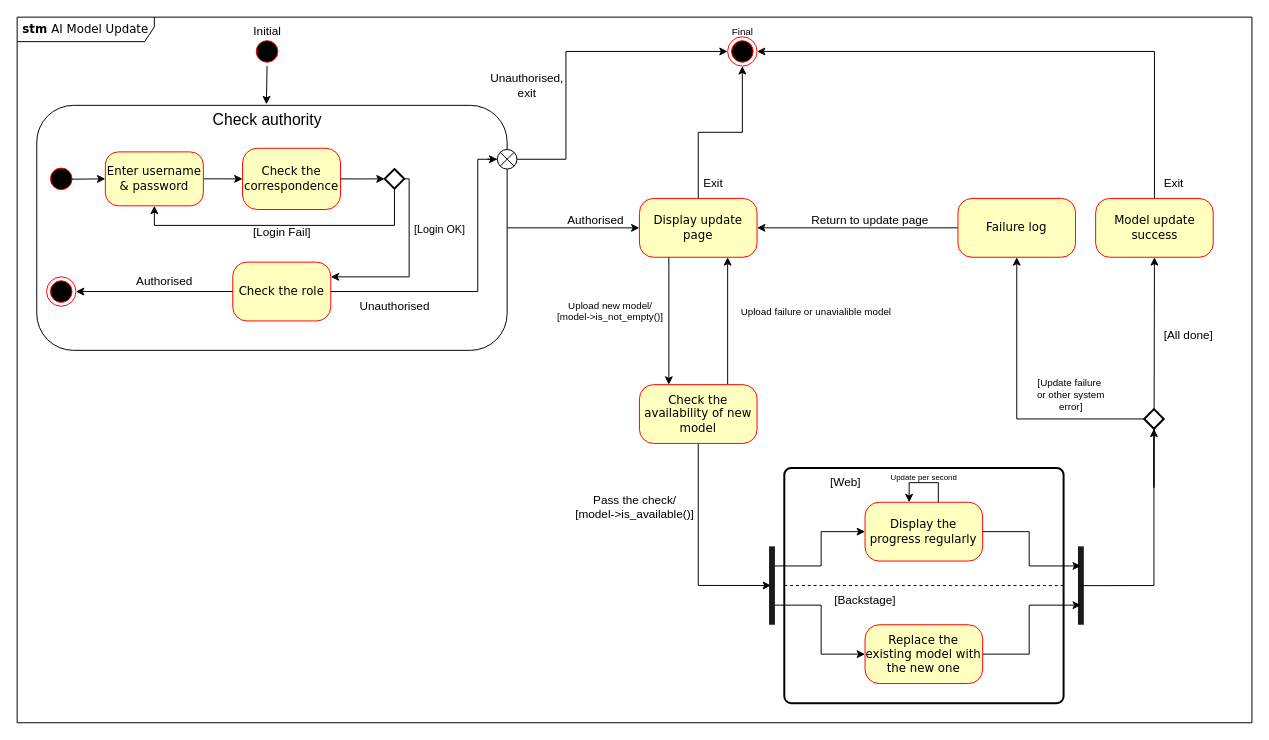
Earlier version of the draw.io diagram Documentation/State Machine Diagram/AIModelUpdate SMD.drawio (Darrenchenn/Model-based-software-design). Source tidied: cells renumbered, new cells numbered last; positions are measured from the earlier drawing's top-left corner, leaving out a move shared by most shapes. Both pictures are drawn from the tidied source at 98%, with x=0, y=0 at pixel (17, 17).
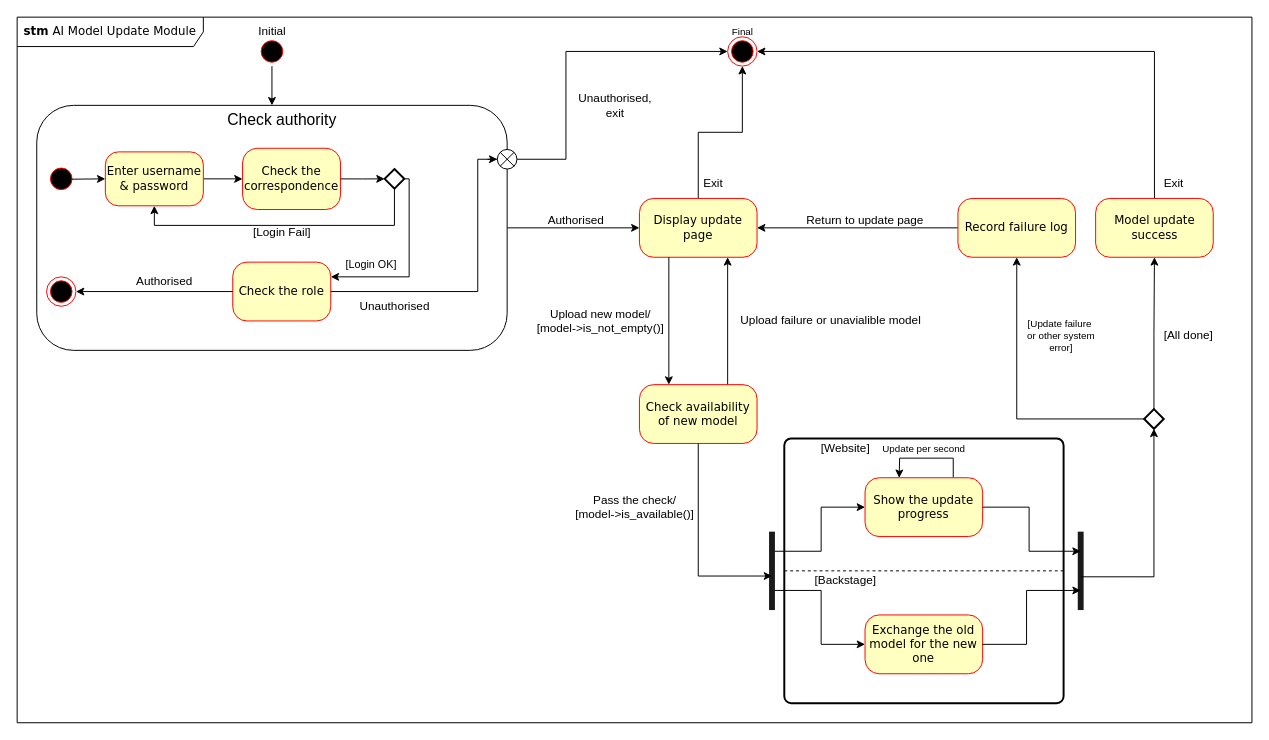
The same page after the edit.

The change refers to these unchanged cells:
```xml
<mxCell id="8" value="Model update success" style="rounded=1;whiteSpace=wrap;html=1;arcSize=24;fillColor=#ffffc0;strokeColor=#ff0000;shadow=0;comic=0;labelBackgroundColor=none;fontFamily=Verdana;fontSize=12;fontColor=#000000;align=center;" parent="1" vertex="1">
  <mxGeometry x="1100.5" y="185" width="120" height="60" as="geometry" />
</mxCell>
<mxCell id="28" style="rounded=1;whiteSpace=wrap;html=1;" parent="1" vertex="1">
  <mxGeometry x="20" y="90" width="480" height="250" as="geometry" />
</mxCell>
<mxCell id="40" style="edgeStyle=orthogonalEdgeStyle;rounded=0;jettySize=auto;html=1;exitX=1;exitY=0.5;exitDx=0;exitDy=0;exitPerimeter=0;entryX=1;entryY=0.25;entryDx=0;entryDy=0;" parent="1" edge="1" source="43" target="35">
  <mxGeometry relative="1" as="geometry">
    <Array as="points">
      <mxPoint x="400" y="165" />
      <mxPoint x="400" y="265" />
    </Array>
  </mxGeometry>
</mxCell>
<mxCell id="63" style="strokeWidth=2;html=1;shape=mxgraph.flowchart.decision;whiteSpace=wrap;" parent="1" vertex="1">
  <mxGeometry x="1150" y="400" width="20" height="20" as="geometry" />
</mxCell>
```

Change to the diagram source:
```diff
@@
-    <mxCell id="2" value="&lt;b&gt;stm &lt;/b&gt;AI Model Update" style="shape=umlFrame;whiteSpace=wrap;html=1;rounded=1;shadow=0;comic=0;labelBackgroundColor=none;strokeWidth=1;fontFamily=Verdana;fontSize=12;align=center;width=140;height=25;" parent="1" vertex="1">
+    <mxCell id="2" value="&lt;b&gt;stm &lt;/b&gt;AI Model Update Module" style="shape=umlFrame;whiteSpace=wrap;html=1;rounded=1;shadow=0;comic=0;labelBackgroundColor=none;strokeWidth=1;fontFamily=Verdana;fontSize=12;align=center;width=190;height=30;" parent="1" vertex="1">
       <mxGeometry width="1260" height="720" as="geometry" />
     </mxCell>
     <mxCell id="3" style="rounded=1;whiteSpace=wrap;html=1;absoluteArcSize=1;arcSize=14;strokeWidth=2;" parent="1" vertex="1">
-      <mxGeometry x="782.8" y="460" width="285" height="240" as="geometry" />
+      <mxGeometry x="782.8" y="430" width="285" height="270" as="geometry" />
     </mxCell>
+    <mxCell id="68" style="edgeStyle=orthogonalEdgeStyle;rounded=0;jettySize=auto;html=1;exitX=1;exitY=0.5;exitDx=0;exitDy=0;entryX=0.5;entryY=0;entryDx=0;entryDy=0;" parent="1" edge="1" source="4" target="28">
+      <mxGeometry relative="1" as="geometry" />
+    </mxCell>
     <mxCell id="4" style="ellipse;html=1;shape=startState;fillColor=#000000;strokeColor=#ff0000;rounded=1;shadow=0;comic=0;labelBackgroundColor=none;fontFamily=Verdana;fontSize=12;fontColor=#000000;align=center;direction=south;" parent="1" vertex="1">
-      <mxGeometry x="240" y="20" width="30" height="30" as="geometry" />
+      <mxGeometry x="245" y="20" width="30" height="30" as="geometry" />
     </mxCell>
@@
-    <mxCell id="10" value="Unauthorised,&lt;br&gt;exit" style="text;html=1;align=center;verticalAlign=middle;strokeColor=none;fillColor=none;" parent="1" vertex="1">
-      <mxGeometry x="470" y="50" width="100" height="40" as="geometry" />
+    <mxCell id="10" value="Unauthorised,&lt;br style=&quot;font-size: 12px;&quot;&gt;exit" style="text;html=1;align=center;verticalAlign=middle;strokeColor=none;fillColor=none;fontSize=12;" parent="1" vertex="1">
+      <mxGeometry x="560" y="70" width="100" height="40" as="geometry" />
     </mxCell>
     <mxCell id="11" value="Authorised" style="text;html=1;align=center;verticalAlign=middle;strokeColor=none;fillColor=none;" parent="1" vertex="1">
-      <mxGeometry x="550" y="192.5" width="80" height="30" as="geometry" />
+      <mxGeometry x="530" y="192.5" width="80" height="30" as="geometry" />
     </mxCell>
-    <mxCell id="12" value="Upload new model/&lt;br&gt;[model-&amp;gt;is_not_empty()]" style="text;html=1;align=center;verticalAlign=middle;strokeColor=none;fillColor=none;fontSize=10;" parent="1" vertex="1">
-      <mxGeometry x="540" y="280" width="130" height="40" as="geometry" />
+    <mxCell id="12" value="Upload new model/&lt;br style=&quot;font-size: 12px;&quot;&gt;[model-&amp;gt;is_not_empty()]" style="text;html=1;align=center;verticalAlign=middle;strokeColor=none;fillColor=none;fontSize=12;" parent="1" vertex="1">
+      <mxGeometry x="520" y="290" width="150" height="40" as="geometry" />
     </mxCell>
-    <mxCell id="13" value="&lt;div style=&quot;font-size: 10px;&quot;&gt;Upload failure or unavialible model&lt;/div&gt;" style="text;html=1;align=center;verticalAlign=middle;strokeColor=none;fillColor=none;fontSize=10;" parent="1" vertex="1">
-      <mxGeometry x="725" y="285" width="180" height="30" as="geometry" />
+    <mxCell id="13" value="&lt;div style=&quot;font-size: 12px;&quot;&gt;Upload failure or unavialible model&lt;/div&gt;" style="text;html=1;align=center;verticalAlign=middle;strokeColor=none;fillColor=none;fontSize=12;" parent="1" vertex="1">
+      <mxGeometry x="725" y="295" width="210" height="30" as="geometry" />
     </mxCell>
@@
     <mxCell id="15" value="&lt;div style=&quot;font-size: 10px;&quot;&gt;&lt;span style=&quot;background-color: initial; font-size: 10px;&quot;&gt;[Update failure&amp;nbsp;&lt;/span&gt;&lt;/div&gt;&lt;div style=&quot;font-size: 10px;&quot;&gt;&lt;span style=&quot;background-color: initial; font-size: 10px;&quot;&gt;or other system&lt;/span&gt;&lt;br style=&quot;font-size: 10px;&quot;&gt;&lt;/div&gt;&lt;div style=&quot;font-size: 10px;&quot;&gt;&lt;span style=&quot;background-color: initial; font-size: 10px;&quot;&gt;error]&lt;/span&gt;&lt;/div&gt;" style="text;html=1;align=center;verticalAlign=middle;strokeColor=none;fillColor=none;fontSize=10;" parent="1" vertex="1">
-      <mxGeometry x="1030" y="360" width="90" height="50" as="geometry" />
+      <mxGeometry x="1020" y="300" width="90" height="50" as="geometry" />
     </mxCell>
@@
-    <mxCell id="18" style="edgeStyle=orthogonalEdgeStyle;rounded=0;jettySize=auto;html=1;exitX=0.5;exitY=1;exitDx=0;exitDy=0;entryX=0.499;entryY=0.595;entryDx=0;entryDy=0;entryPerimeter=0;" parent="1" edge="1" source="19" target="52">
-      <mxGeometry relative="1" as="geometry">
-        <Array as="points">
-          <mxPoint x="695" y="580" />
-        </Array>
-      </mxGeometry>
-    </mxCell>
-    <mxCell id="19" value="Check the availability of new model" style="rounded=1;whiteSpace=wrap;html=1;arcSize=24;fillColor=#ffffc0;strokeColor=#ff0000;shadow=0;comic=0;labelBackgroundColor=none;fontFamily=Verdana;fontSize=12;fontColor=#000000;align=center;" parent="1" vertex="1">
+    <mxCell id="19" value="Check availability of new model" style="rounded=1;whiteSpace=wrap;html=1;arcSize=24;fillColor=#ffffc0;strokeColor=#ff0000;shadow=0;comic=0;labelBackgroundColor=none;fontFamily=Verdana;fontSize=12;fontColor=#000000;align=center;" parent="1" vertex="1">
       <mxGeometry x="635" y="375" width="120" height="60" as="geometry" />
     </mxCell>
-    <mxCell id="20" value="Replace the existing model with the new one" style="rounded=1;whiteSpace=wrap;html=1;arcSize=24;fillColor=#ffffc0;strokeColor=#ff0000;shadow=0;comic=0;labelBackgroundColor=none;fontFamily=Verdana;fontSize=12;fontColor=#000000;align=center;" parent="1" vertex="1">
-      <mxGeometry x="865.2" y="620" width="120" height="60" as="geometry" />
+    <mxCell id="20" value="Exchange the old model for the new one" style="rounded=1;whiteSpace=wrap;html=1;arcSize=24;fillColor=#ffffc0;strokeColor=#ff0000;shadow=0;comic=0;labelBackgroundColor=none;fontFamily=Verdana;fontSize=12;fontColor=#000000;align=center;" parent="1" vertex="1">
+      <mxGeometry x="865.2" y="610" width="120" height="60" as="geometry" />
     </mxCell>
@@
-    <mxCell id="22" style="edgeStyle=orthogonalEdgeStyle;rounded=0;jettySize=auto;html=1;exitX=0.623;exitY=0.006;exitDx=0;exitDy=0;exitPerimeter=0;" parent="1" edge="1" source="23">
-      <mxGeometry relative="1" as="geometry">
-        <mxPoint x="910.2" y="495" as="targetPoint" />
-        <Array as="points">
-          <mxPoint x="940.2" y="475" />
-          <mxPoint x="910.2" y="475" />
-        </Array>
-      </mxGeometry>
-    </mxCell>
+    <mxCell id="69" style="edgeStyle=orthogonalEdgeStyle;rounded=0;jettySize=auto;html=1;exitX=0.75;exitY=0;exitDx=0;exitDy=0;" parent="1" edge="1" source="23">
+      <mxGeometry relative="1" as="geometry">
+        <mxPoint x="900" y="470.1" as="targetPoint" />
+      </mxGeometry>
+    </mxCell>
-    <mxCell id="23" value="Display the progress regularly" style="rounded=1;whiteSpace=wrap;html=1;arcSize=24;fillColor=#ffffc0;strokeColor=#ff0000;shadow=0;comic=0;labelBackgroundColor=none;fontFamily=Verdana;fontSize=12;fontColor=#000000;align=center;" parent="1" vertex="1">
-      <mxGeometry x="865.2" y="495" width="120" height="60" as="geometry" />
+    <mxCell id="23" value="Show the update progress" style="rounded=1;whiteSpace=wrap;html=1;arcSize=24;fillColor=#ffffc0;strokeColor=#ff0000;shadow=0;comic=0;labelBackgroundColor=none;fontFamily=Verdana;fontSize=12;fontColor=#000000;align=center;" parent="1" vertex="1">
+      <mxGeometry x="865.2" y="470" width="120" height="60" as="geometry" />
     </mxCell>
-    <mxCell id="24" value="Update per second" style="text;html=1;align=center;verticalAlign=middle;strokeColor=none;fillColor=none;fontSize=8;" parent="1" vertex="1">
-      <mxGeometry x="880.2" y="460" width="90" height="20" as="geometry" />
+    <mxCell id="24" value="Update per second" style="text;html=1;align=center;verticalAlign=middle;strokeColor=none;fillColor=none;fontSize=10;" parent="1" vertex="1">
+      <mxGeometry x="870.2" y="425" width="110" height="30" as="geometry" />
     </mxCell>
@@
-    <mxCell id="26" value="&lt;div&gt;Failure log&lt;/div&gt;" style="rounded=1;whiteSpace=wrap;html=1;arcSize=24;fillColor=#ffffc0;strokeColor=#ff0000;shadow=0;comic=0;labelBackgroundColor=none;fontFamily=Verdana;fontSize=12;fontColor=#000000;align=center;" parent="1" vertex="1">
+    <mxCell id="26" value="&lt;div&gt;Record failure log&lt;/div&gt;" style="rounded=1;whiteSpace=wrap;html=1;arcSize=24;fillColor=#ffffc0;strokeColor=#ff0000;shadow=0;comic=0;labelBackgroundColor=none;fontFamily=Verdana;fontSize=12;fontColor=#000000;align=center;" parent="1" vertex="1">
       <mxGeometry x="960" y="185" width="120" height="60" as="geometry" />
     </mxCell>
@@
     <mxCell id="30" value="Check authority" style="text;html=1;align=center;verticalAlign=middle;points=[];strokeColor=none;fillColor=none;fontSize=16;" parent="1" vertex="1">
-      <mxGeometry x="190" y="90" width="130" height="30" as="geometry" />
+      <mxGeometry x="205" y="90" width="130" height="30" as="geometry" />
     </mxCell>
@@
     <mxCell id="41" value="[Login OK]" style="edgeLabel;html=1;align=center;verticalAlign=middle;" parent="40" vertex="1">
       <mxGeometry x="-0.45" y="7" relative="1" as="geometry">
-        <mxPoint x="23" y="5" as="offset" />
+        <mxPoint x="-47" y="40" as="offset" />
       </mxGeometry>
     </mxCell>
@@
-    <mxCell id="49" style="edgeStyle=orthogonalEdgeStyle;rounded=0;jettySize=auto;html=1;exitX=1;exitY=0.5;exitDx=0;exitDy=0;entryX=0.495;entryY=-0.036;entryDx=0;entryDy=0;entryPerimeter=0;" parent="1" edge="1" source="4" target="30">
-      <mxGeometry relative="1" as="geometry" />
-    </mxCell>
@@
     <mxCell id="52" style="shape=line;strokeWidth=6;strokeColor=#1A1A1A;rotation=-180;direction=north;" parent="1" vertex="1">
-      <mxGeometry x="765" y="540" width="10.5" height="80" as="geometry" />
+      <mxGeometry x="765" y="525" width="10.5" height="80" as="geometry" />
     </mxCell>
@@
     <mxCell id="54" style="shape=line;strokeWidth=6;strokeColor=#1A1A1A;rotation=-180;direction=north;" parent="1" vertex="1">
-      <mxGeometry x="1080.2" y="540" width="10.5" height="80" as="geometry" />
+      <mxGeometry x="1080" y="525" width="10.5" height="80" as="geometry" />
     </mxCell>
@@
-    <mxCell id="56" style="edgeStyle=orthogonalEdgeStyle;rounded=0;jettySize=auto;html=1;exitX=1;exitY=0.5;exitDx=0;exitDy=0;entryX=0.75;entryY=0.5;entryDx=0;entryDy=0;entryPerimeter=0;" parent="1" edge="1" source="20" target="54">
-      <mxGeometry relative="1" as="geometry" />
-    </mxCell>
-    <mxCell id="57" value="[Web]" style="text;html=1;align=center;verticalAlign=middle;strokeColor=none;fillColor=none;" parent="1" vertex="1">
-      <mxGeometry x="820.2" y="460" width="50" height="30" as="geometry" />
+    <mxCell id="57" value="[Website]" style="text;html=1;align=center;verticalAlign=middle;strokeColor=none;fillColor=none;" parent="1" vertex="1">
+      <mxGeometry x="810.2" y="425" width="70" height="30" as="geometry" />
     </mxCell>
     <mxCell id="58" value="[Backstage]" style="text;html=1;align=center;verticalAlign=middle;strokeColor=none;fillColor=none;" parent="1" vertex="1">
-      <mxGeometry x="820.2" y="580" width="90" height="30" as="geometry" />
+      <mxGeometry x="800.2" y="560" width="90" height="30" as="geometry" />
     </mxCell>
     <mxCell id="59" value="Initial" style="text;html=1;align=center;verticalAlign=middle;strokeColor=none;fillColor=none;" parent="1" vertex="1">
-      <mxGeometry x="230" width="50" height="30" as="geometry" />
+      <mxGeometry x="235" width="50" height="30" as="geometry" />
     </mxCell>
@@
-    <mxCell id="62" style="edgeStyle=orthogonalEdgeStyle;rounded=0;jettySize=auto;html=1;exitX=0.5;exitY=0;exitDx=0;exitDy=0;exitPerimeter=0;entryX=0.5;entryY=1;entryDx=0;entryDy=0;" parent="1" edge="1" source="63" target="8">
-      <mxGeometry relative="1" as="geometry">
-        <Array as="points">
-          <mxPoint x="1160" y="480" />
-          <mxPoint x="1160" y="362" />
-        </Array>
-      </mxGeometry>
+    <mxCell id="62" style="edgeStyle=orthogonalEdgeStyle;rounded=0;jettySize=auto;html=1;exitX=0.5;exitY=0;exitDx=0;exitDy=0;exitPerimeter=0;" parent="1" edge="1" source="63" target="8">
+      <mxGeometry relative="1" as="geometry" />
     </mxCell>
@@
-    <mxCell id="64" style="endArrow=classic;html=1;rounded=0;entryX=0.5;entryY=1;entryDx=0;entryDy=0;entryPerimeter=0;exitX=0.501;exitY=0.487;exitDx=0;exitDy=0;exitPerimeter=0;" parent="1" edge="1" source="54" target="63">
-      <mxGeometry relative="1" as="geometry">
-        <Array as="points">
-          <mxPoint x="1160" y="580" />
-        </Array>
-      </mxGeometry>
-    </mxCell>
@@
     <mxCell id="66" value="Return to update page" style="text;html=1;align=center;verticalAlign=middle;strokeColor=none;fillColor=none;" parent="1" vertex="1">
-      <mxGeometry x="800" y="192.5" width="140" height="30" as="geometry" />
+      <mxGeometry x="795.2" y="192.5" width="140" height="30" as="geometry" />
     </mxCell>
@@
+    <mxCell id="56" style="edgeStyle=orthogonalEdgeStyle;rounded=0;jettySize=auto;html=1;exitX=1;exitY=0.5;exitDx=0;exitDy=0;entryX=0.75;entryY=0.5;entryDx=0;entryDy=0;entryPerimeter=0;" parent="1" edge="1" source="20" target="54">
+      <mxGeometry relative="1" as="geometry">
+        <Array as="points">
+          <mxPoint x="1030" y="640" />
+          <mxPoint x="1030" y="585" />
+        </Array>
+      </mxGeometry>
+    </mxCell>
+    <mxCell id="18" style="edgeStyle=orthogonalEdgeStyle;rounded=0;jettySize=auto;html=1;exitX=0.5;exitY=1;exitDx=0;exitDy=0;entryX=0.566;entryY=0.488;entryDx=0;entryDy=0;entryPerimeter=0;" parent="1" edge="1" source="19" target="52">
+      <mxGeometry relative="1" as="geometry">
+        <Array as="points">
+          <mxPoint x="695" y="570" />
+        </Array>
+      </mxGeometry>
+    </mxCell>
+    <mxCell id="70" style="edgeStyle=orthogonalEdgeStyle;rounded=0;jettySize=auto;html=1;exitX=0.5;exitY=1;exitDx=0;exitDy=0;exitPerimeter=0;entryX=0.576;entryY=0.447;entryDx=0;entryDy=0;entryPerimeter=0;endArrow=none;endFill=0;startArrow=classic;startFill=1;" parent="1" edge="1" source="63" target="54">
+      <mxGeometry relative="1" as="geometry">
+        <Array as="points">
+          <mxPoint x="1160" y="571" />
+        </Array>
+      </mxGeometry>
+    </mxCell>
```
